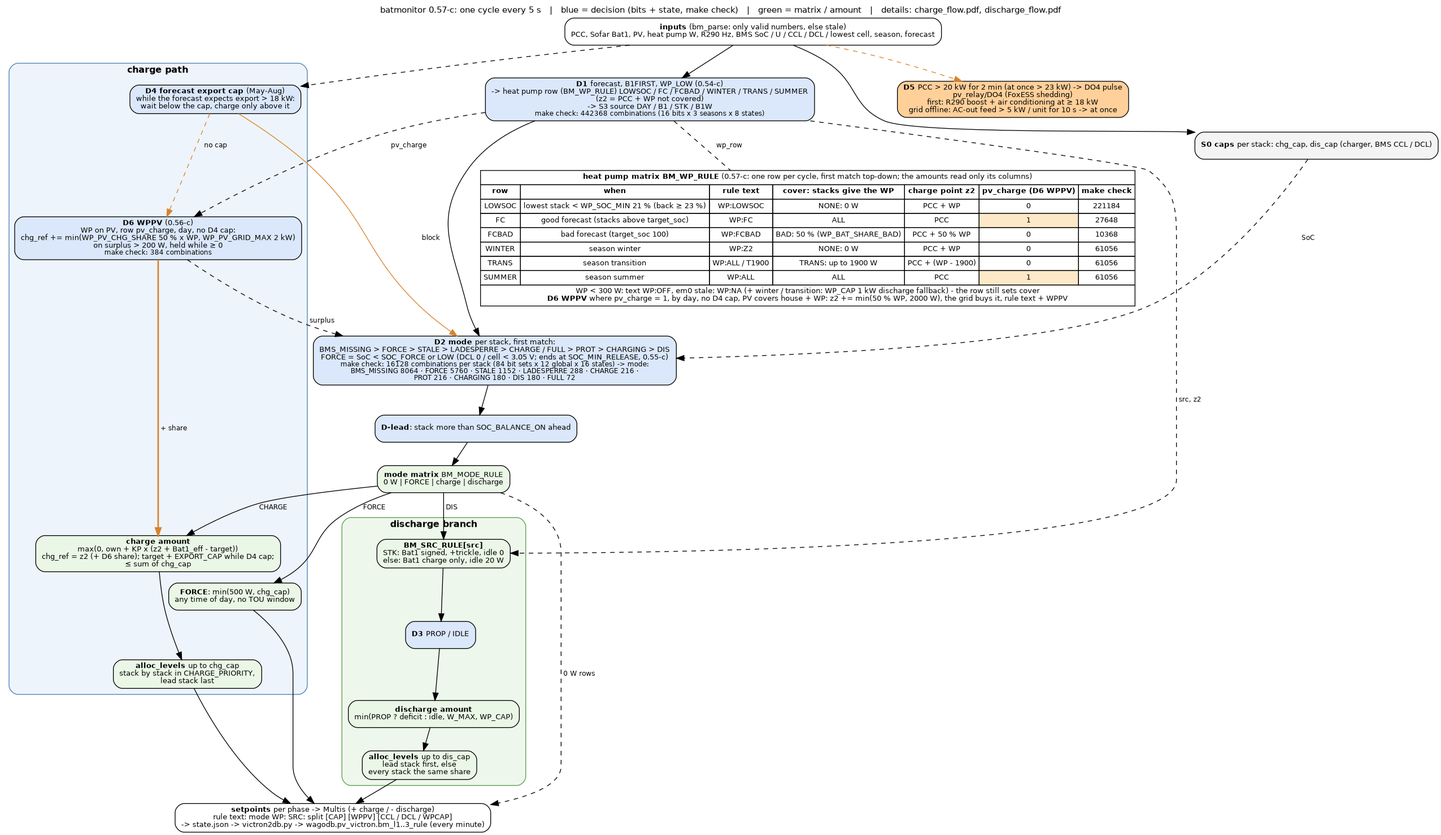
gerontec/victron keeps this Graphviz diagram as docs/control_flow.png. Above is the earlier version. Its source is kept beside it as docs/control_flow.dot.
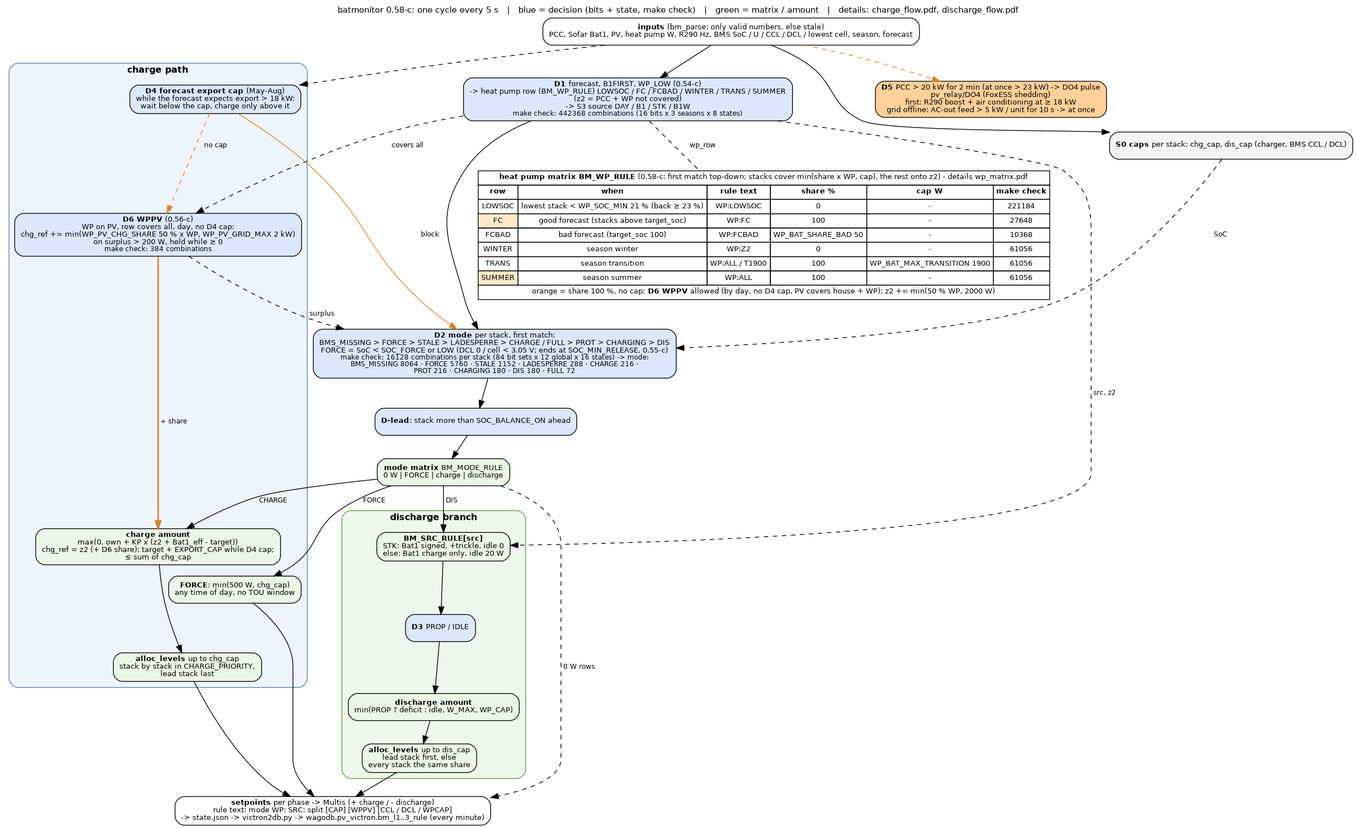
The same file after the commit.

What changed in the source:
```diff
@@ -1,6 +1,6 @@
 digraph control {
 	graph [rankdir=TB, fontname="Helvetica", fontsize=11, nodesep=0.5, ranksep=0.4, newrank=true,
-		   label="batmonitor 0.57-c: one cycle every 5 s   |   blue = decision (bits + state, make check)   |   green = matrix / amount   |   details: charge_flow.pdf, discharge_flow.pdf",
+		   label="batmonitor 0.58-c: one cycle every 5 s   |   blue = decision (bits + state, make check)   |   green = matrix / amount   |   details: charge_flow.pdf, discharge_flow.pdf",
 		   labelloc=t];
 	node [shape=box, style="rounded,filled", fillcolor="#f4f4f4", fontname="Helvetica", fontsize=10];
 	edge [fontname="Helvetica", fontsize=9];
@@ -9,16 +9,15 @@
 	d1 [label=<<b>D1</b> forecast, B1FIRST, WP_LOW (0.54-c)<br/>-&gt; heat pump row (BM_WP_RULE) LOWSOC / FC / FCBAD / WINTER / TRANS / SUMMER<br/>(z2 = PCC + WP not covered)<br/>-&gt; S3 source DAY / B1 / STK / B1W<br/><font point-size="9">make check: 442368 combinations (16 bits x 3 seasons x 8 states)</font>>, fillcolor="#dbe8fb"];
 	wpm [shape=plain, label=<
 			<table border="0" cellborder="1" cellspacing="0" cellpadding="3" bgcolor="#ffffff">
-			<tr><td colspan="7"><b>heat pump matrix BM_WP_RULE</b> (0.57-c: one row per cycle, first match top-down; the amounts read only its columns)</td></tr>
-			<tr><td><b>row</b></td><td><b>when</b></td><td><b>rule text</b></td><td><b>cover: stacks give the WP</b></td><td><b>charge point z2</b></td><td><b>pv_charge (D6 WPPV)</b></td><td><b>make check</b></td></tr>
-			<tr><td>LOWSOC</td><td>lowest stack &lt; WP_SOC_MIN 21 % (back &ge; 23 %)</td><td>WP:LOWSOC</td><td>NONE: 0 W</td><td>PCC + WP</td><td>0</td><td>221184</td></tr>
-			<tr><td>FC</td><td>good forecast (stacks above target_soc)</td><td>WP:FC</td><td>ALL</td><td>PCC</td><td bgcolor="#fde9c8">1</td><td>27648</td></tr>
-			<tr><td>FCBAD</td><td>bad forecast (target_soc 100)</td><td>WP:FCBAD</td><td>BAD: 50 % (WP_BAT_SHARE_BAD)</td><td>PCC + 50 % WP</td><td>0</td><td>10368</td></tr>
-			<tr><td>WINTER</td><td>season winter</td><td>WP:Z2</td><td>NONE: 0 W</td><td>PCC + WP</td><td>0</td><td>61056</td></tr>
-			<tr><td>TRANS</td><td>season transition</td><td>WP:ALL / T1900</td><td>TRANS: up to 1900 W</td><td>PCC + (WP - 1900)</td><td>0</td><td>61056</td></tr>
-			<tr><td>SUMMER</td><td>season summer</td><td>WP:ALL</td><td>ALL</td><td>PCC</td><td bgcolor="#fde9c8">1</td><td>61056</td></tr>
-			<tr><td colspan="7">WP &lt; 300 W: text WP:OFF, em0 stale: WP:NA (+ winter / transition: WP_CAP 1 kW discharge fallback) - the row still sets cover<br/>
-			<b>D6 WPPV</b> where pv_charge = 1, by day, no D4 cap, PV covers house + WP: z2 += min(50 % WP, 2000 W), the grid buys it, rule text + WPPV</td></tr>
+			<tr><td colspan="6"><b>heat pump matrix BM_WP_RULE</b> (0.58-c: first match top-down; stacks cover min(share x WP, cap), the rest onto z2) - details wp_matrix.pdf</td></tr>
+			<tr><td><b>row</b></td><td><b>when</b></td><td><b>rule text</b></td><td><b>share %</b></td><td><b>cap W</b></td><td><b>make check</b></td></tr>
+			<tr><td>LOWSOC</td><td>lowest stack &lt; WP_SOC_MIN 21 % (back &ge; 23 %)</td><td>WP:LOWSOC</td><td>0</td><td>-</td><td>221184</td></tr>
+			<tr><td bgcolor="#fde9c8">FC</td><td>good forecast (stacks above target_soc)</td><td>WP:FC</td><td>100</td><td>-</td><td>27648</td></tr>
+			<tr><td>FCBAD</td><td>bad forecast (target_soc 100)</td><td>WP:FCBAD</td><td>WP_BAT_SHARE_BAD 50</td><td>-</td><td>10368</td></tr>
+			<tr><td>WINTER</td><td>season winter</td><td>WP:Z2</td><td>0</td><td>-</td><td>61056</td></tr>
+			<tr><td>TRANS</td><td>season transition</td><td>WP:ALL / T1900</td><td>100</td><td>WP_BAT_MAX_TRANSITION 1900</td><td>61056</td></tr>
+			<tr><td bgcolor="#fde9c8">SUMMER</td><td>season summer</td><td>WP:ALL</td><td>100</td><td>-</td><td>61056</td></tr>
+			<tr><td colspan="6">orange = share 100 %, no cap: <b>D6 WPPV</b> allowed (by day, no D4 cap, PV covers house + WP): z2 += min(50 % WP, 2000 W)</td></tr>
 			</table>>];
 	gates [label=<<b>S0 caps</b> per stack: chg_cap, dis_cap (charger, BMS CCL / DCL)>];
 	d2 [label=<<b>D2 mode</b> per stack, first match:<br/>BMS_MISSING &gt; FORCE &gt; STALE &gt; LADESPERRE &gt; CHARGE / FULL &gt; PROT &gt; CHARGING &gt; DIS<br/>FORCE = SoC &lt; SOC_FORCE or LOW (DCL 0 / cell &lt; 3.05 V; ends at SOC_MIN_RELEASE, 0.55-c)<br/><font point-size="9">make check: 16128 combinations per stack (84 bit sets x 12 global x 16 states) -&gt; mode:<br/>BMS_MISSING 8064 · FORCE 5760 · STALE 1152 · LADESPERRE 288 · CHARGE 216 ·<br/>PROT 216 · CHARGING 180 · DIS 180 · FULL 72</font>>, fillcolor="#dbe8fb"];
@@ -28,7 +27,7 @@
 	subgraph cluster_charge {
 		label=<<b>charge path</b>>; style="rounded,filled"; fillcolor="#eef4fb"; color="#4a7fb5"; fontsize=12;
 		d4 [label=<<b>D4 forecast export cap</b> (May-Aug)<br/>while the forecast expects export &gt; 18 kW:<br/>wait below the cap, charge only above it>, fillcolor="#dbe8fb"];
-		d6 [label=<<b>D6 WPPV</b> (0.56-c)<br/>WP on PV, row pv_charge, day, no D4 cap:<br/>chg_ref += min(WP_PV_CHG_SHARE 50 % x WP, WP_PV_GRID_MAX 2 kW)<br/>on surplus &gt; 200 W, held while &ge; 0<br/><font point-size="9">make check: 384 combinations</font>>, fillcolor="#dbe8fb"];
+		d6 [label=<<b>D6 WPPV</b> (0.56-c)<br/>WP on PV, row covers all, day, no D4 cap:<br/>chg_ref += min(WP_PV_CHG_SHARE 50 % x WP, WP_PV_GRID_MAX 2 kW)<br/>on surplus &gt; 200 W, held while &ge; 0<br/><font point-size="9">make check: 384 combinations</font>>, fillcolor="#dbe8fb"];
 		cforce [label=<<b>FORCE</b>: min(500 W, chg_cap)<br/>any time of day, no TOU window>, fillcolor="#eaf6e6"];
 		camount [label=<<b>charge amount</b><br/>max(0, own + KP x (z2 + Bat1_eff - target))<br/>chg_ref = z2 (+ D6 share); target + EXPORT_CAP while D4 cap;<br/>&le; sum of chg_cap>, fillcolor="#eaf6e6"];
 		csplit [label=<<b>alloc_levels</b> up to chg_cap<br/>stack by stack in CHARGE_PRIORITY,<br/>lead stack last>, fillcolor="#eaf6e6"];
@@ -49,7 +48,7 @@
 
 	in -> d1 -> d2;
 	d1 -> wpm [style=dashed, arrowhead=none, label=" wp_row"];
-	d1 -> d6 [style=dashed, label=" pv_charge"];
+	d1 -> d6 [style=dashed, label=" covers all"];
 	d4 -> d6 [style=dashed, color="#d9822b", label=" no cap"];
 	d6 -> camount [color="#d9822b", penwidth=2, label=" + share"];
 	d6 -> d2 [style=dashed, label=" surplus"];
```
